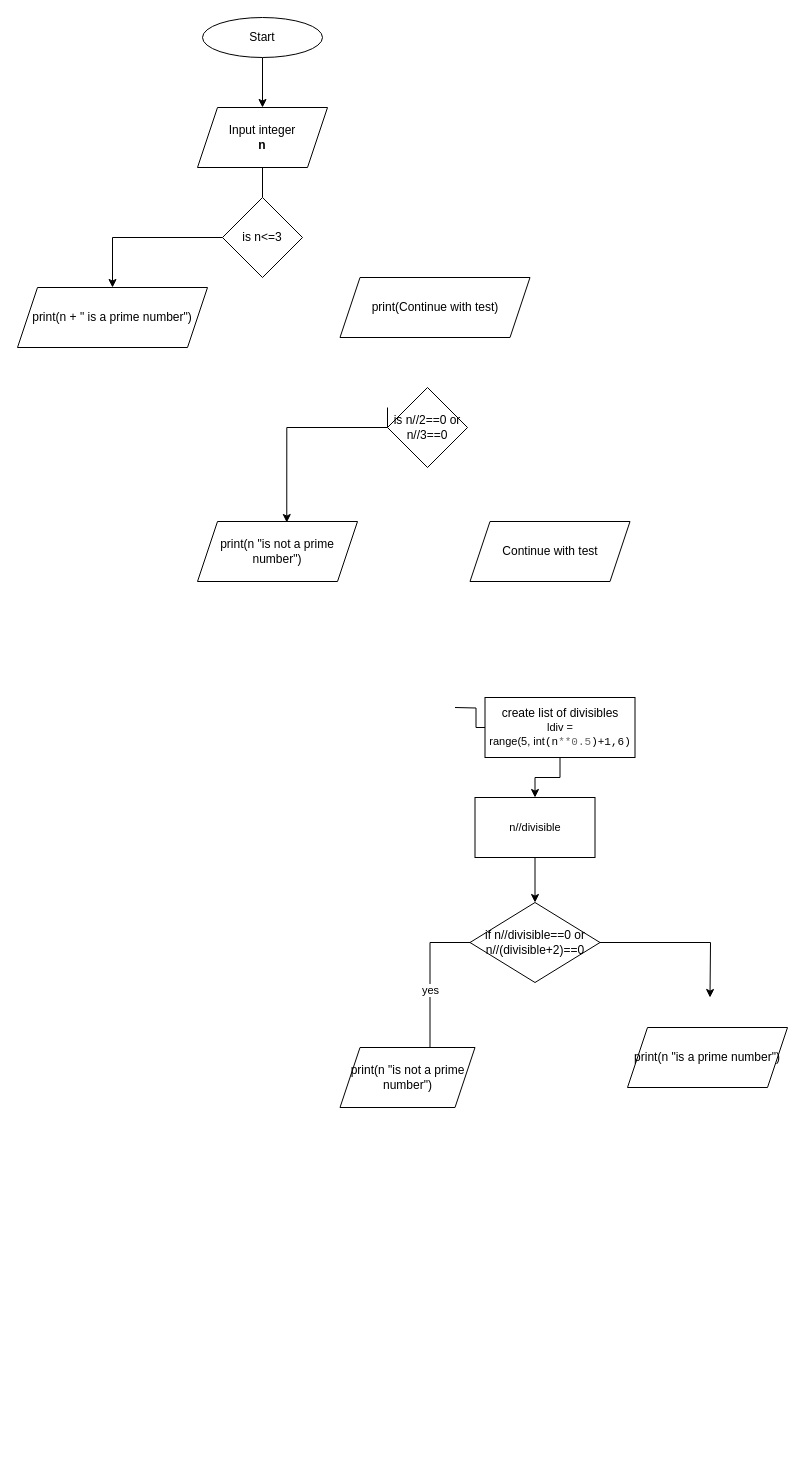
marciafof/DAFT_0116_OTALORAMarcia keeps this draw.io diagram as Module_1/Lab_3_Algorithmization/Prime number.drawio. Above is the earlier version. Source tidied: cells renumbered, new cells numbered last; positions are measured from the earlier drawing's top-left corner, leaving out a move shared by most shapes. Both pictures are drawn from the tidied source at 100%, with x=0, y=0 at pixel (17, 17).
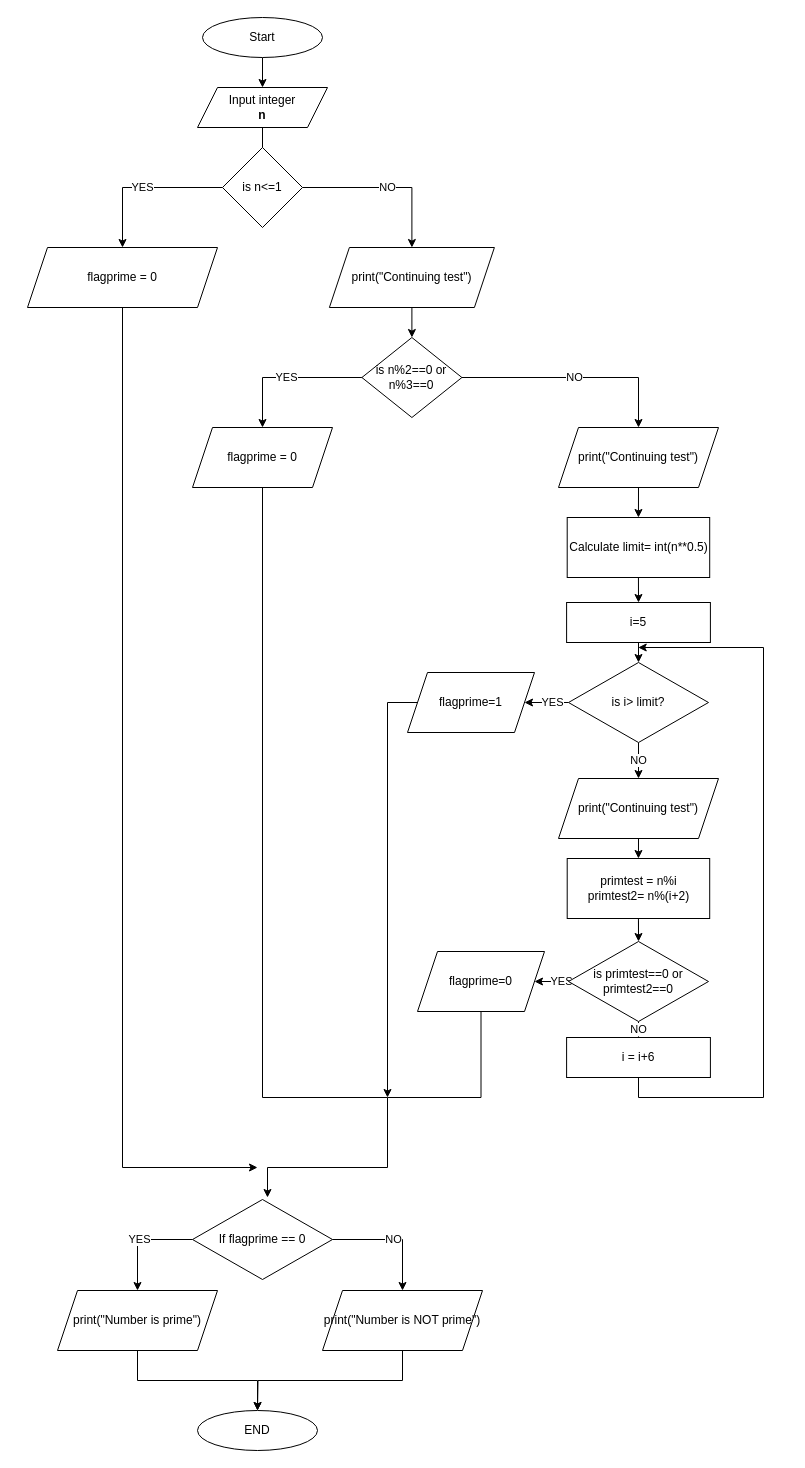
Above is the later version.

Commit message:
Finale_Prime_number_diagram

Change to the diagram source:
```diff
@@
     <mxCell id="4" value="Input integer&lt;br&gt;&lt;b&gt;n&lt;/b&gt;" style="shape=parallelogram;perimeter=parallelogramPerimeter;whiteSpace=wrap;html=1;fixedSize=1;" parent="1" vertex="1">
-      <mxGeometry x="180" y="90" width="130" height="60" as="geometry" />
+      <mxGeometry x="180" y="70" width="130" height="40" as="geometry" />
     </mxCell>
-    <mxCell id="5" style="edgeStyle=orthogonalEdgeStyle;rounded=0;jettySize=auto;html=1;endArrow=none;startArrow=none;exitX=1;exitY=0.5;exitDx=0;exitDy=0;" parent="1" edge="1" target="7">
-      <mxGeometry relative="1" as="geometry">
-        <mxPoint x="437.5" y="690" as="sourcePoint" />
-      </mxGeometry>
-    </mxCell>
-    <mxCell id="6" style="edgeStyle=orthogonalEdgeStyle;rounded=0;jettySize=auto;html=1;exitX=0.5;exitY=1;exitDx=0;exitDy=0;fontSize=11;entryX=0.5;entryY=0;entryDx=0;entryDy=0;" parent="1" edge="1" source="7" target="20">
-      <mxGeometry relative="1" as="geometry" />
-    </mxCell>
+    <mxCell id="24" style="edgeStyle=orthogonalEdgeStyle;rounded=0;jettySize=auto;html=1;exitX=0.5;exitY=1;exitDx=0;exitDy=0;entryX=0.5;entryY=0;entryDx=0;entryDy=0;" parent="1" edge="1" source="7" target="40">
+      <mxGeometry relative="1" as="geometry" />
+    </mxCell>
-    <mxCell id="7" value="create list of divisibles&lt;br&gt;&lt;font style=&quot;font-size: 11px;&quot;&gt;ldiv = range(5,&amp;nbsp;int&lt;span style=&quot;font-family: monospace, monospace; text-align: start;&quot; class=&quot;p&quot;&gt;(&lt;/span&gt;&lt;span style=&quot;font-family: monospace, monospace; text-align: start;&quot; class=&quot;n&quot;&gt;n&lt;/span&gt;&lt;span style=&quot;font-family: monospace, monospace; text-align: start; color: rgb(102, 102, 102);&quot; class=&quot;o&quot;&gt;**&lt;/span&gt;&lt;span style=&quot;font-family: monospace, monospace; text-align: start; color: rgb(102, 102, 102);&quot; class=&quot;mf&quot;&gt;0.5&lt;/span&gt;&lt;span style=&quot;font-family: monospace, monospace; text-align: start;&quot; class=&quot;p&quot;&gt;)+1,6)&lt;/span&gt;&lt;/font&gt;" style="whiteSpace=wrap;html=1;" parent="1" vertex="1">
-      <mxGeometry x="467.5" y="680" width="150" height="60" as="geometry" />
+    <mxCell id="7" value="i=5" style="whiteSpace=wrap;html=1;" parent="1" vertex="1">
+      <mxGeometry x="549.1" y="585" width="143.8" height="40" as="geometry" />
     </mxCell>
-    <mxCell id="8" style="edgeStyle=orthogonalEdgeStyle;rounded=0;jettySize=auto;html=1;exitX=0;exitY=0.5;exitDx=0;exitDy=0;entryX=0.558;entryY=0.017;entryDx=0;entryDy=0;entryPerimeter=0;" parent="1" edge="1" target="14">
-      <mxGeometry relative="1" as="geometry">
-        <mxPoint x="370" y="390" as="sourcePoint" />
-        <Array as="points">
-          <mxPoint x="370" y="410" />
-          <mxPoint x="269" y="410" />
-        </Array>
-      </mxGeometry>
-    </mxCell>
+    <mxCell id="25" value="YES" style="edgeStyle=orthogonalEdgeStyle;rounded=0;jettySize=auto;html=1;exitX=0;exitY=0.5;exitDx=0;exitDy=0;entryX=0.5;entryY=0;entryDx=0;entryDy=0;" parent="1" edge="1" source="9" target="14">
+      <mxGeometry relative="1" as="geometry" />
+    </mxCell>
+    <mxCell id="26" value="NO" style="edgeStyle=orthogonalEdgeStyle;rounded=0;jettySize=auto;html=1;exitX=1;exitY=0.5;exitDx=0;exitDy=0;entryX=0.5;entryY=0;entryDx=0;entryDy=0;" parent="1" edge="1" source="9" target="23">
+      <mxGeometry relative="1" as="geometry" />
+    </mxCell>
-    <mxCell id="9" value="is n//2==0 or n//3==0" style="rhombus;whiteSpace=wrap;html=1;" parent="1" vertex="1">
-      <mxGeometry x="370" y="370" width="80" height="80" as="geometry" />
+    <mxCell id="9" value="is n%2==0 or n%3==0" style="rhombus;whiteSpace=wrap;html=1;" parent="1" vertex="1">
+      <mxGeometry x="344.4" y="320" width="100" height="80" as="geometry" />
     </mxCell>
@@
-    <mxCell id="11" style="edgeStyle=orthogonalEdgeStyle;rounded=0;jettySize=auto;html=1;" parent="1" edge="1" source="12" target="13">
+    <mxCell id="11" value="YES" style="edgeStyle=orthogonalEdgeStyle;rounded=0;jettySize=auto;html=1;" parent="1" edge="1" source="12" target="13">
       <mxGeometry relative="1" as="geometry" />
     </mxCell>
+    <mxCell id="27" value="NO" style="edgeStyle=orthogonalEdgeStyle;rounded=0;jettySize=auto;html=1;exitX=1;exitY=0.5;exitDx=0;exitDy=0;entryX=0.5;entryY=0;entryDx=0;entryDy=0;" parent="1" edge="1" source="12" target="22">
+      <mxGeometry relative="1" as="geometry" />
+    </mxCell>
-    <mxCell id="12" value="is n&amp;lt;=3" style="rhombus;whiteSpace=wrap;html=1;" parent="1" vertex="1">
-      <mxGeometry x="205" y="180" width="80" height="80" as="geometry" />
+    <mxCell id="12" value="is n&amp;lt;=1" style="rhombus;whiteSpace=wrap;html=1;" parent="1" vertex="1">
+      <mxGeometry x="205" y="130" width="80" height="80" as="geometry" />
     </mxCell>
+    <mxCell id="28" style="edgeStyle=orthogonalEdgeStyle;rounded=0;jettySize=auto;html=1;exitX=0.5;exitY=1;exitDx=0;exitDy=0;" parent="1" edge="1" source="13">
+      <mxGeometry relative="1" as="geometry">
+        <mxPoint x="240" y="1150" as="targetPoint" />
+        <Array as="points">
+          <mxPoint x="105" y="1150" />
+        </Array>
+      </mxGeometry>
+    </mxCell>
-    <mxCell id="13" value="print(n + &quot; is a prime number&quot;)" style="shape=parallelogram;perimeter=parallelogramPerimeter;whiteSpace=wrap;html=1;fixedSize=1;" parent="1" vertex="1">
-      <mxGeometry y="270" width="190" height="60" as="geometry" />
+    <mxCell id="13" value="flagprime = 0" style="shape=parallelogram;perimeter=parallelogramPerimeter;whiteSpace=wrap;html=1;fixedSize=1;" parent="1" vertex="1">
+      <mxGeometry x="10" y="230" width="190" height="60" as="geometry" />
     </mxCell>
-    <mxCell id="14" value="print(n &quot;is not a prime number&quot;)" style="shape=parallelogram;perimeter=parallelogramPerimeter;whiteSpace=wrap;html=1;fixedSize=1;" parent="1" vertex="1">
-      <mxGeometry x="180" y="504" width="160" height="60" as="geometry" />
+    <mxCell id="14" value="flagprime = 0" style="shape=parallelogram;perimeter=parallelogramPerimeter;whiteSpace=wrap;html=1;fixedSize=1;" parent="1" vertex="1">
+      <mxGeometry x="175" y="410" width="140" height="60" as="geometry" />
     </mxCell>
-    <mxCell id="15" value="yes" style="edgeStyle=orthogonalEdgeStyle;rounded=0;jettySize=auto;html=1;fontSize=11;exitX=0;exitY=0.5;exitDx=0;exitDy=0;" parent="1" edge="1" source="17">
-      <mxGeometry relative="1" as="geometry">
-        <mxPoint x="412.5" y="1060" as="targetPoint" />
-        <Array as="points">
-          <mxPoint x="412.5" y="925" />
-        </Array>
-      </mxGeometry>
-    </mxCell>
-    <mxCell id="16" style="edgeStyle=orthogonalEdgeStyle;rounded=0;jettySize=auto;html=1;fontSize=11;" parent="1" edge="1" source="17">
-      <mxGeometry relative="1" as="geometry">
-        <mxPoint x="692.5" y="980" as="targetPoint" />
-      </mxGeometry>
-    </mxCell>
-    <mxCell id="17" value="if n//divisible==0 or n//(divisible+2)==0" style="rhombus;whiteSpace=wrap;html=1;" parent="1" vertex="1">
-      <mxGeometry x="452.5" y="885" width="130" height="80" as="geometry" />
-    </mxCell>
+    <mxCell id="29" style="edgeStyle=orthogonalEdgeStyle;rounded=0;jettySize=auto;html=1;exitX=0.5;exitY=1;exitDx=0;exitDy=0;" parent="1" edge="1" source="18">
+      <mxGeometry relative="1" as="geometry">
+        <mxPoint x="250" y="1180" as="targetPoint" />
+        <Array as="points">
+          <mxPoint x="464" y="1080" />
+          <mxPoint x="370" y="1080" />
+          <mxPoint x="370" y="1150" />
+          <mxPoint x="250" y="1150" />
+        </Array>
+      </mxGeometry>
+    </mxCell>
-    <mxCell id="18" value="print(n &quot;is not a prime number&quot;)" style="shape=parallelogram;perimeter=parallelogramPerimeter;whiteSpace=wrap;html=1;fixedSize=1;" parent="1" vertex="1">
-      <mxGeometry x="322.5" y="1030" width="135" height="60" as="geometry" />
+    <mxCell id="18" value="flagprime=0" style="shape=parallelogram;perimeter=parallelogramPerimeter;whiteSpace=wrap;html=1;fixedSize=1;" parent="1" vertex="1">
+      <mxGeometry x="400" y="934" width="127" height="60" as="geometry" />
     </mxCell>
-    <mxCell id="19" style="edgeStyle=orthogonalEdgeStyle;rounded=0;jettySize=auto;html=1;exitX=0.5;exitY=1;exitDx=0;exitDy=0;entryX=0.5;entryY=0;entryDx=0;entryDy=0;fontSize=11;" parent="1" edge="1" source="20" target="17">
-      <mxGeometry relative="1" as="geometry" />
-    </mxCell>
-    <mxCell id="20" value="n//divisible" style="rounded=0;whiteSpace=wrap;html=1;fontSize=11;" parent="1" vertex="1">
-      <mxGeometry x="457.5" y="780" width="120" height="60" as="geometry" />
-    </mxCell>
+    <mxCell id="30" style="edgeStyle=orthogonalEdgeStyle;rounded=0;jettySize=auto;html=1;exitX=0;exitY=0.5;exitDx=0;exitDy=0;" parent="1" edge="1" source="21">
+      <mxGeometry relative="1" as="geometry">
+        <mxPoint x="370" y="1080" as="targetPoint" />
+      </mxGeometry>
+    </mxCell>
-    <mxCell id="21" value="print(n &quot;is a prime number&quot;)" style="shape=parallelogram;perimeter=parallelogramPerimeter;whiteSpace=wrap;html=1;fixedSize=1;" parent="1" vertex="1">
-      <mxGeometry x="610" y="1010" width="160" height="60" as="geometry" />
+    <mxCell id="21" value="flagprime=1" style="shape=parallelogram;perimeter=parallelogramPerimeter;whiteSpace=wrap;html=1;fixedSize=1;" parent="1" vertex="1">
+      <mxGeometry x="390" y="655" width="127" height="60" as="geometry" />
     </mxCell>
+    <mxCell id="31" style="edgeStyle=orthogonalEdgeStyle;rounded=0;jettySize=auto;html=1;exitX=0.5;exitY=1;exitDx=0;exitDy=0;entryX=0.5;entryY=0;entryDx=0;entryDy=0;" parent="1" edge="1" source="22" target="9">
+      <mxGeometry relative="1" as="geometry" />
+    </mxCell>
-    <mxCell id="22" value="print(Continue with test)" style="shape=parallelogram;perimeter=parallelogramPerimeter;whiteSpace=wrap;html=1;fixedSize=1;" parent="1" vertex="1">
-      <mxGeometry x="322.5" y="260" width="190" height="60" as="geometry" />
+    <mxCell id="22" value="print(&quot;Continuing test&quot;)" style="shape=parallelogram;perimeter=parallelogramPerimeter;whiteSpace=wrap;html=1;fixedSize=1;" parent="1" vertex="1">
+      <mxGeometry x="311.9" y="230" width="165" height="60" as="geometry" />
     </mxCell>
+    <mxCell id="32" style="edgeStyle=orthogonalEdgeStyle;rounded=0;jettySize=auto;html=1;exitX=0.5;exitY=1;exitDx=0;exitDy=0;entryX=0.5;entryY=0;entryDx=0;entryDy=0;" parent="1" edge="1" source="23" target="34">
+      <mxGeometry relative="1" as="geometry" />
+    </mxCell>
-    <mxCell id="23" value="Continue with test" style="shape=parallelogram;perimeter=parallelogramPerimeter;whiteSpace=wrap;html=1;fixedSize=1;" parent="1" vertex="1">
-      <mxGeometry x="452.5" y="504" width="160" height="60" as="geometry" />
+    <mxCell id="23" value="print(&quot;Continuing test&quot;)" style="shape=parallelogram;perimeter=parallelogramPerimeter;whiteSpace=wrap;html=1;fixedSize=1;" parent="1" vertex="1">
+      <mxGeometry x="541" y="410" width="160" height="60" as="geometry" />
     </mxCell>
+    <mxCell id="33" style="edgeStyle=orthogonalEdgeStyle;rounded=0;jettySize=auto;html=1;exitX=0.5;exitY=1;exitDx=0;exitDy=0;entryX=0.5;entryY=0;entryDx=0;entryDy=0;" parent="1" edge="1" source="34" target="7">
+      <mxGeometry relative="1" as="geometry" />
+    </mxCell>
+    <mxCell id="34" value="Calculate limit= int(n**0.5)" style="rounded=0;whiteSpace=wrap;html=1;" parent="1" vertex="1">
+      <mxGeometry x="549.7" y="500" width="142.5" height="60" as="geometry" />
+    </mxCell>
+    <mxCell id="35" value="YES" style="edgeStyle=orthogonalEdgeStyle;rounded=0;jettySize=auto;html=1;exitX=0;exitY=0.5;exitDx=0;exitDy=0;" parent="1" edge="1" source="37" target="18">
+      <mxGeometry relative="1" as="geometry" />
+    </mxCell>
+    <mxCell id="36" value="NO" style="edgeStyle=orthogonalEdgeStyle;rounded=0;jettySize=auto;html=1;exitX=0.5;exitY=1;exitDx=0;exitDy=0;entryX=0.5;entryY=0;entryDx=0;entryDy=0;" parent="1" edge="1" source="37" target="44">
+      <mxGeometry relative="1" as="geometry" />
+    </mxCell>
+    <mxCell id="37" value="is primtest==0 or primtest2==0" style="rhombus;whiteSpace=wrap;html=1;" parent="1" vertex="1">
+      <mxGeometry x="551" y="924" width="140" height="80" as="geometry" />
+    </mxCell>
+    <mxCell id="38" value="NO" style="edgeStyle=orthogonalEdgeStyle;rounded=0;jettySize=auto;html=1;exitX=0.5;exitY=1;exitDx=0;exitDy=0;" parent="1" edge="1" source="40" target="46">
+      <mxGeometry relative="1" as="geometry" />
+    </mxCell>
+    <mxCell id="39" value="YES" style="edgeStyle=orthogonalEdgeStyle;rounded=0;jettySize=auto;html=1;" parent="1" edge="1" source="40" target="21">
+      <mxGeometry relative="1" as="geometry" />
+    </mxCell>
+    <mxCell id="40" value="is i&amp;gt; limit?" style="rhombus;whiteSpace=wrap;html=1;" parent="1" vertex="1">
+      <mxGeometry x="551" y="645" width="140" height="80" as="geometry" />
+    </mxCell>
+    <mxCell id="41" style="edgeStyle=orthogonalEdgeStyle;rounded=0;jettySize=auto;html=1;exitX=0.5;exitY=1;exitDx=0;exitDy=0;" parent="1" edge="1" source="42" target="37">
+      <mxGeometry relative="1" as="geometry" />
+    </mxCell>
+    <mxCell id="42" value="primtest = n%i&lt;br&gt;primtest2= n%(i+2)" style="rounded=0;whiteSpace=wrap;html=1;" parent="1" vertex="1">
+      <mxGeometry x="549.7" y="841" width="142.5" height="60" as="geometry" />
+    </mxCell>
+    <mxCell id="43" style="edgeStyle=orthogonalEdgeStyle;rounded=0;jettySize=auto;html=1;exitX=0.5;exitY=1;exitDx=0;exitDy=0;" parent="1" edge="1" source="44">
+      <mxGeometry relative="1" as="geometry">
+        <mxPoint x="620.7" y="630" as="targetPoint" />
+        <Array as="points">
+          <mxPoint x="621" y="1080" />
+          <mxPoint x="746" y="1080" />
+          <mxPoint x="746" y="630" />
+        </Array>
+      </mxGeometry>
+    </mxCell>
+    <mxCell id="44" value="i = i+6" style="whiteSpace=wrap;html=1;" parent="1" vertex="1">
+      <mxGeometry x="549.1" y="1020" width="143.8" height="40" as="geometry" />
+    </mxCell>
+    <mxCell id="45" style="edgeStyle=orthogonalEdgeStyle;rounded=0;jettySize=auto;html=1;exitX=0.5;exitY=1;exitDx=0;exitDy=0;entryX=0.5;entryY=0;entryDx=0;entryDy=0;" parent="1" edge="1" source="46" target="42">
+      <mxGeometry relative="1" as="geometry" />
+    </mxCell>
+    <mxCell id="46" value="print(&quot;Continuing test&quot;)" style="shape=parallelogram;perimeter=parallelogramPerimeter;whiteSpace=wrap;html=1;fixedSize=1;" parent="1" vertex="1">
+      <mxGeometry x="541" y="761" width="160" height="60" as="geometry" />
+    </mxCell>
+    <mxCell id="47" value="END" style="ellipse;whiteSpace=wrap;html=1;" parent="1" vertex="1">
+      <mxGeometry x="180" y="1393" width="120" height="40" as="geometry" />
+    </mxCell>
+    <mxCell id="48" value="YES" style="edgeStyle=orthogonalEdgeStyle;rounded=0;jettySize=auto;html=1;exitX=0;exitY=0.5;exitDx=0;exitDy=0;entryX=0.5;entryY=0;entryDx=0;entryDy=0;" parent="1" edge="1" source="50" target="54">
+      <mxGeometry relative="1" as="geometry" />
+    </mxCell>
+    <mxCell id="49" value="NO" style="edgeStyle=orthogonalEdgeStyle;rounded=0;jettySize=auto;html=1;exitX=1;exitY=0.5;exitDx=0;exitDy=0;entryX=0.5;entryY=0;entryDx=0;entryDy=0;" parent="1" edge="1" source="50" target="52">
+      <mxGeometry relative="1" as="geometry" />
+    </mxCell>
+    <mxCell id="50" value="If flagprime == 0" style="rhombus;whiteSpace=wrap;html=1;" parent="1" vertex="1">
+      <mxGeometry x="175" y="1182" width="140" height="80" as="geometry" />
+    </mxCell>
+    <mxCell id="51" style="edgeStyle=orthogonalEdgeStyle;rounded=0;jettySize=auto;html=1;exitX=0.5;exitY=1;exitDx=0;exitDy=0;" parent="1" edge="1" source="52">
+      <mxGeometry relative="1" as="geometry">
+        <mxPoint x="240" y="1393" as="targetPoint" />
+      </mxGeometry>
+    </mxCell>
+    <mxCell id="52" value="print(&quot;Number is NOT prime&quot;)" style="shape=parallelogram;perimeter=parallelogramPerimeter;whiteSpace=wrap;html=1;fixedSize=1;" parent="1" vertex="1">
+      <mxGeometry x="305" y="1273" width="160" height="60" as="geometry" />
+    </mxCell>
+    <mxCell id="53" style="edgeStyle=orthogonalEdgeStyle;rounded=0;jettySize=auto;html=1;exitX=0.5;exitY=1;exitDx=0;exitDy=0;" parent="1" edge="1" source="54" target="47">
+      <mxGeometry relative="1" as="geometry" />
+    </mxCell>
+    <mxCell id="54" value="print(&quot;Number is prime&quot;)" style="shape=parallelogram;perimeter=parallelogramPerimeter;whiteSpace=wrap;html=1;fixedSize=1;" parent="1" vertex="1">
+      <mxGeometry x="40" y="1273" width="160" height="60" as="geometry" />
+    </mxCell>
+    <mxCell id="55" style="endArrow=none;html=1;rounded=0;entryX=0.5;entryY=1;entryDx=0;entryDy=0;" parent="1" edge="1" target="14">
+      <mxGeometry relative="1" as="geometry">
+        <mxPoint x="370" y="1080" as="sourcePoint" />
+        <Array as="points">
+          <mxPoint x="245" y="1080" />
+        </Array>
+      </mxGeometry>
+    </mxCell>
```
